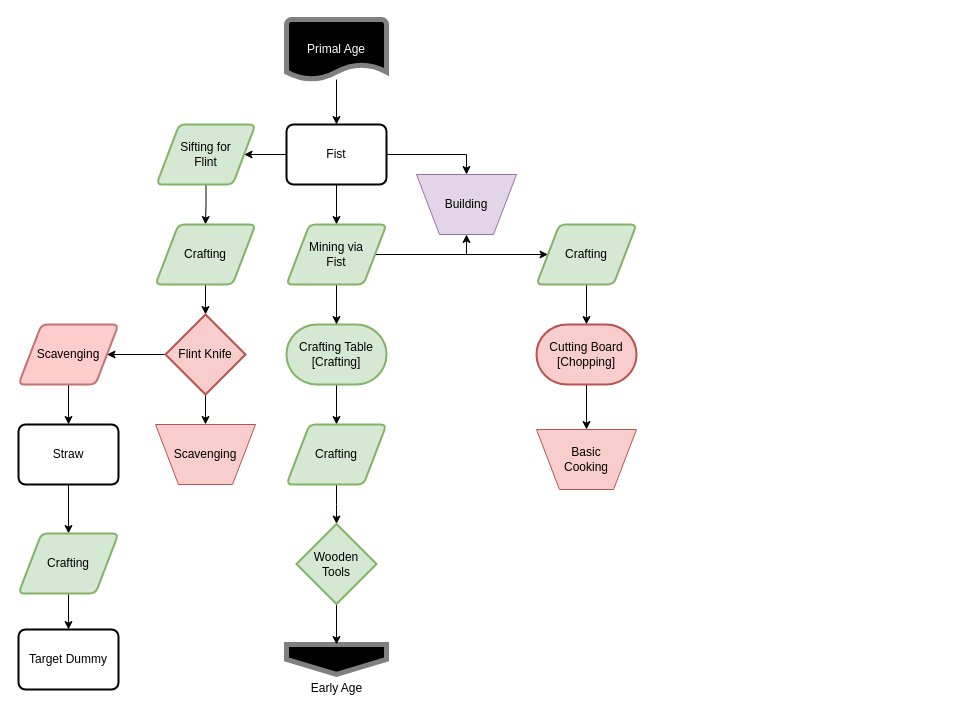
MeepishRealms/Cog keeps this draw.io diagram as page "Primal Age" (3 of 7) of flowcharts/progression.drawio. Above is the earlier version. Source tidied: cells renumbered, new cells numbered last; positions are measured from the earlier drawing's top-left corner, leaving out a move shared by most shapes. Both pictures are drawn from the tidied source at 100%, with x=0, y=0 at pixel (-476, 19).
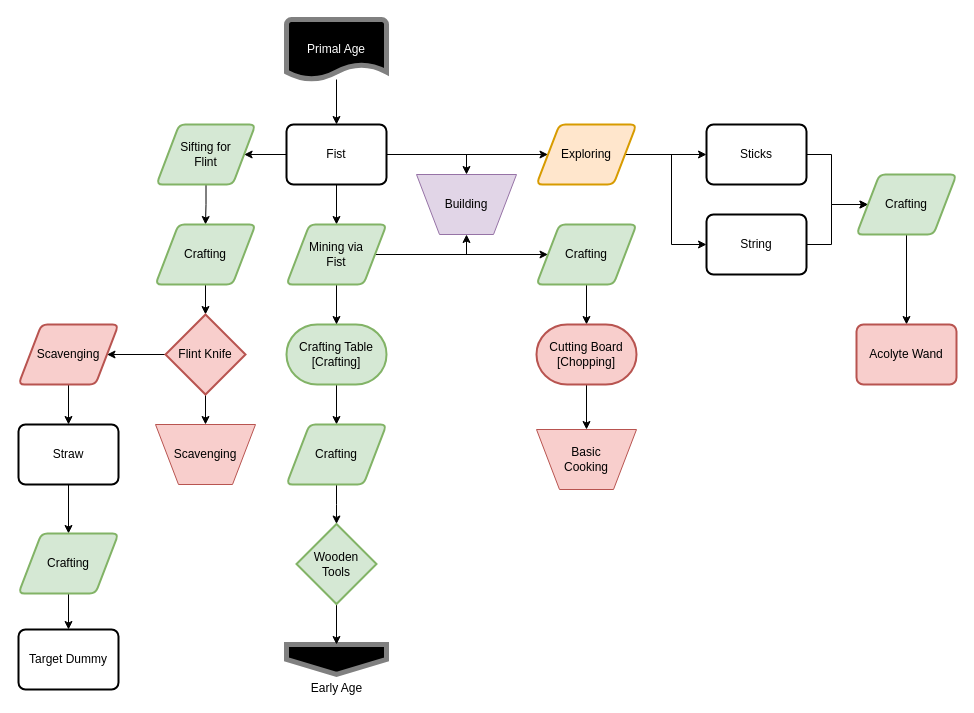
The same page after the edit.

Commit message:
Add Acolyte Wand to Primal Age

Unchanged cells that the change refers to:
```xml
<mxCell id="5" value="Fist" style="rounded=1;whiteSpace=wrap;html=1;absoluteArcSize=1;arcSize=14;strokeWidth=2;" parent="1" vertex="1">
  <mxGeometry x="762" y="105" width="100" height="60" as="geometry" />
</mxCell>
```

Change to the diagram source:
```diff
@@
+    <mxCell id="41" style="edgeStyle=orthogonalEdgeStyle;rounded=0;jettySize=auto;html=1;exitX=1;exitY=0.5;exitDx=0;exitDy=0;" parent="1" edge="1" source="5" target="44">
+      <mxGeometry relative="1" as="geometry" />
+    </mxCell>
@@
-    <mxCell id="36" value="Scavenging" style="shape=parallelogram;html=1;strokeWidth=2;perimeter=parallelogramPerimeter;whiteSpace=wrap;rounded=1;arcSize=12;size=0.23;fillColor=#ffcccc;strokeColor=#c17471;labelBackgroundColor=none;" parent="1" vertex="1">
+    <mxCell id="36" value="Scavenging" style="shape=parallelogram;html=1;strokeWidth=2;perimeter=parallelogramPerimeter;whiteSpace=wrap;rounded=1;arcSize=12;size=0.23;fillColor=#f8cecc;strokeColor=#b85450;labelBackgroundColor=none;" parent="1" vertex="1">
       <mxGeometry x="494" y="305" width="100" height="60" as="geometry" />
     </mxCell>
@@
+    <mxCell id="42" style="edgeStyle=orthogonalEdgeStyle;rounded=0;jettySize=auto;html=1;exitX=1;exitY=0.5;exitDx=0;exitDy=0;" parent="1" edge="1" source="44" target="46">
+      <mxGeometry relative="1" as="geometry" />
+    </mxCell>
+    <mxCell id="43" style="edgeStyle=orthogonalEdgeStyle;rounded=0;jettySize=auto;html=1;exitX=1;exitY=0.5;exitDx=0;exitDy=0;entryX=0;entryY=0.5;entryDx=0;entryDy=0;" parent="1" edge="1" source="44" target="48">
+      <mxGeometry relative="1" as="geometry" />
+    </mxCell>
+    <mxCell id="44" value="Exploring" style="shape=parallelogram;html=1;strokeWidth=2;perimeter=parallelogramPerimeter;whiteSpace=wrap;rounded=1;arcSize=12;size=0.23;fillColor=#ffe6cc;strokeColor=#d79b00;" parent="1" vertex="1">
+      <mxGeometry x="1012" y="105" width="100" height="60" as="geometry" />
+    </mxCell>
+    <mxCell id="45" style="edgeStyle=orthogonalEdgeStyle;rounded=0;jettySize=auto;html=1;exitX=1;exitY=0.5;exitDx=0;exitDy=0;entryX=0;entryY=0.5;entryDx=0;entryDy=0;" parent="1" edge="1" source="46" target="50">
+      <mxGeometry relative="1" as="geometry" />
+    </mxCell>
+    <mxCell id="46" value="Sticks" style="rounded=1;whiteSpace=wrap;html=1;absoluteArcSize=1;arcSize=14;strokeWidth=2;" parent="1" vertex="1">
+      <mxGeometry x="1182" y="105" width="100" height="60" as="geometry" />
+    </mxCell>
+    <mxCell id="47" style="edgeStyle=orthogonalEdgeStyle;rounded=0;jettySize=auto;html=1;exitX=1;exitY=0.5;exitDx=0;exitDy=0;entryX=0;entryY=0.5;entryDx=0;entryDy=0;" parent="1" edge="1" source="48" target="50">
+      <mxGeometry relative="1" as="geometry" />
+    </mxCell>
+    <mxCell id="48" value="String" style="rounded=1;whiteSpace=wrap;html=1;absoluteArcSize=1;arcSize=14;strokeWidth=2;" parent="1" vertex="1">
+      <mxGeometry x="1182" y="195" width="100" height="60" as="geometry" />
+    </mxCell>
+    <mxCell id="49" style="edgeStyle=orthogonalEdgeStyle;rounded=0;jettySize=auto;html=1;exitX=0.5;exitY=1;exitDx=0;exitDy=0;" parent="1" edge="1" source="50" target="51">
+      <mxGeometry relative="1" as="geometry" />
+    </mxCell>
+    <mxCell id="50" value="Crafting" style="shape=parallelogram;html=1;strokeWidth=2;perimeter=parallelogramPerimeter;whiteSpace=wrap;rounded=1;arcSize=12;size=0.23;fillColor=#d5e8d4;strokeColor=#82b366;" parent="1" vertex="1">
+      <mxGeometry x="1332" y="155" width="100" height="60" as="geometry" />
+    </mxCell>
+    <mxCell id="51" value="Acolyte Wand" style="rounded=1;whiteSpace=wrap;html=1;absoluteArcSize=1;arcSize=14;strokeWidth=2;fillColor=#f8cecc;strokeColor=#b85450;" parent="1" vertex="1">
+      <mxGeometry x="1332" y="305" width="100" height="60" as="geometry" />
+    </mxCell>
```
